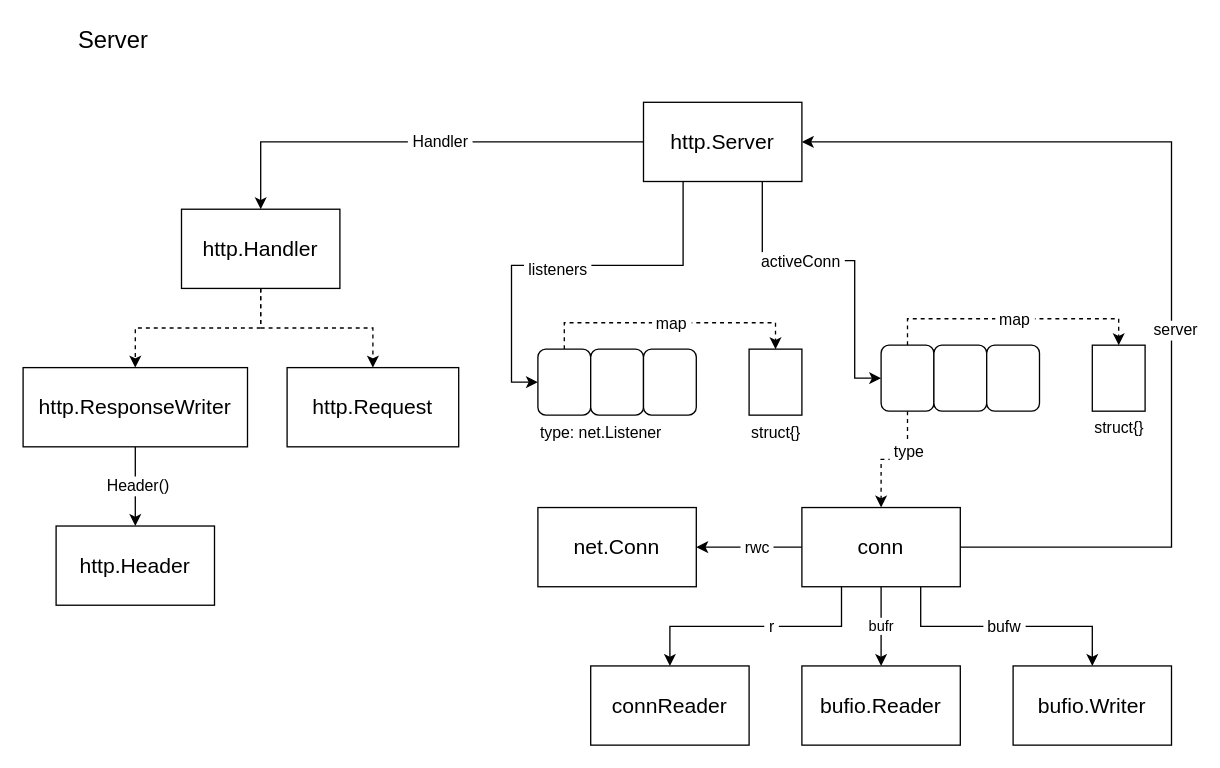
This is page "Page-1" (1 of 4) of go-net.drawio from oiar/assets, a draw.io file, before an edit. Source tidied: cells renumbered, new cells numbered last; positions are measured from the earlier drawing's top-left corner, leaving out a move shared by most shapes. Both pictures are drawn from the tidied source at 132%, with x=0, y=0 at pixel (22, 22).
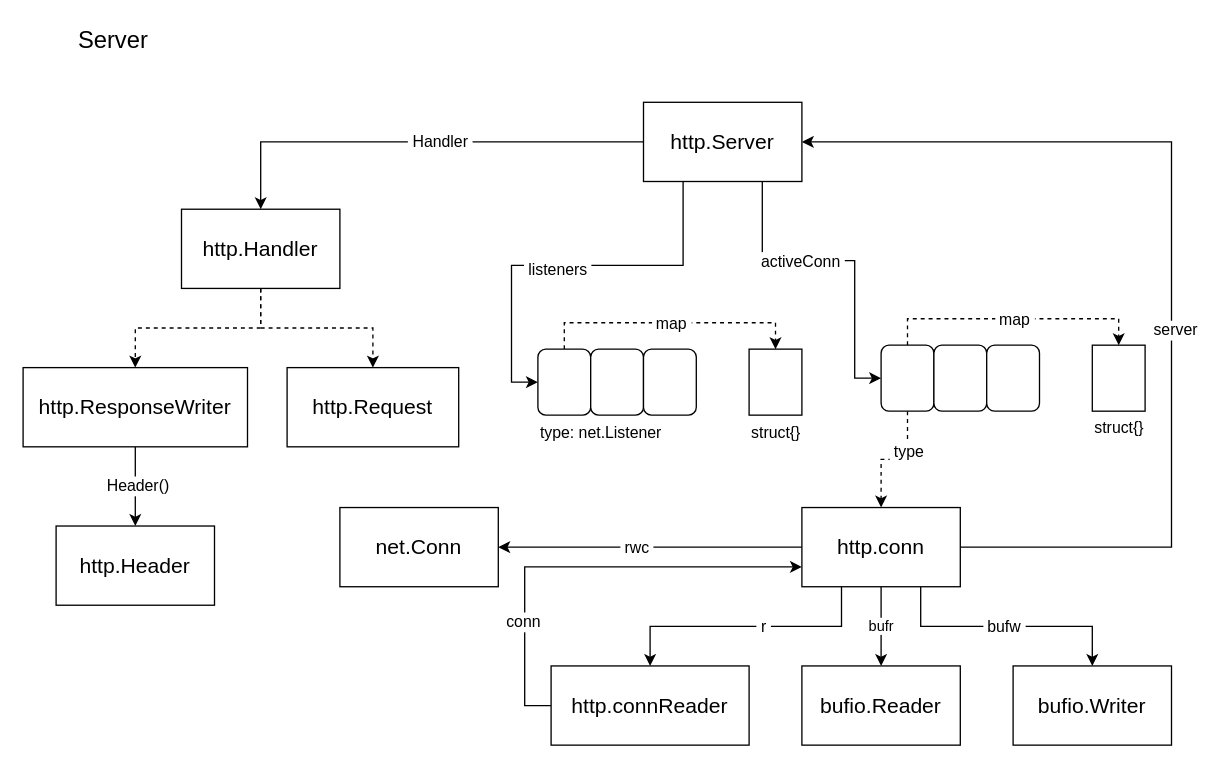
The same diagram, later.

Change to the diagram source:
```diff
@@
-    <mxCell id="44" value="&lt;font style=&quot;font-size: 16px&quot;&gt;conn&lt;/font&gt;" style="rounded=0;whiteSpace=wrap;html=1;" parent="1" vertex="1">
+    <mxCell id="44" value="&lt;font style=&quot;font-size: 16px&quot;&gt;http.conn&lt;/font&gt;" style="rounded=0;whiteSpace=wrap;html=1;" parent="1" vertex="1">
       <mxGeometry x="590" y="367" width="120" height="60" as="geometry" />
     </mxCell>
@@
     <mxCell id="46" value="&lt;font style=&quot;font-size: 16px&quot;&gt;net.Conn&lt;/font&gt;" style="rounded=0;whiteSpace=wrap;html=1;" parent="1" vertex="1">
-      <mxGeometry x="390" y="367" width="120" height="60" as="geometry" />
+      <mxGeometry x="240" y="367" width="120" height="60" as="geometry" />
     </mxCell>
+    <mxCell id="49" style="edgeStyle=orthogonalEdgeStyle;rounded=0;jettySize=auto;html=1;exitX=0;exitY=0.5;exitDx=0;exitDy=0;entryX=0;entryY=0.75;entryDx=0;entryDy=0;" parent="1" edge="1" source="47" target="44">
+      <mxGeometry relative="1" as="geometry" />
+    </mxCell>
+    <mxCell id="50" value="conn" style="text;html=1;align=center;verticalAlign=middle;labelBackgroundColor=#ffffff;" parent="49" vertex="1">
+      <mxGeometry x="-0.5" y="2" relative="1" as="geometry" />
+    </mxCell>
-    <mxCell id="47" value="&lt;font style=&quot;font-size: 16px&quot;&gt;connReader&lt;/font&gt;" style="rounded=0;whiteSpace=wrap;html=1;" parent="1" vertex="1">
-      <mxGeometry x="430" y="487" width="120" height="60" as="geometry" />
+    <mxCell id="47" value="&lt;font style=&quot;font-size: 16px&quot;&gt;http.connReader&lt;/font&gt;" style="rounded=0;whiteSpace=wrap;html=1;" parent="1" vertex="1">
+      <mxGeometry x="400" y="487" width="150" height="60" as="geometry" />
     </mxCell>
```
